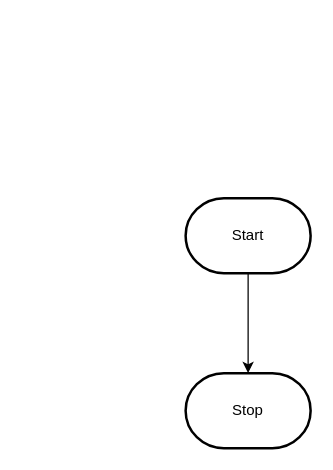
The draw.io diagram design/flowchart.drawio in MTHS-ICS2O-2-2022/ICS2O-Unit-3-01-austin-scavone, before the edit. Source tidied: cells renumbered, new cells numbered last; positions are measured from the earlier drawing's top-left corner, leaving out a move shared by most shapes. Both pictures are drawn from the tidied source at 125%, with x=0, y=0 at pixel (185, 198).
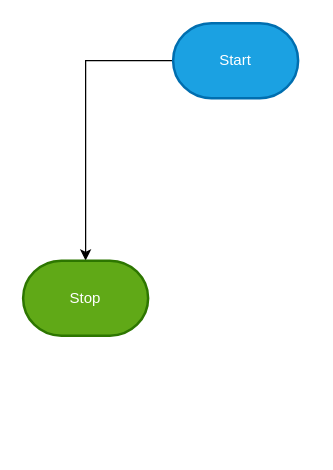
The same diagram, later.

What changed in the source:
```diff
@@
 <mxGraphModel>
   <root>
     <mxCell id="0" />
     <mxCell id="1" parent="0" />
     <mxCell id="2" style="edgeStyle=orthogonalEdgeStyle;html=1;rounded=0;" parent="1" edge="1" source="3" target="4">
-      <mxGeometry relative="1" as="geometry" />
+      <mxGeometry relative="1" as="geometry">
+        <Array as="points">
+          <mxPoint x="-80" y="-70" />
+          <mxPoint x="-80" y="-70" />
+        </Array>
+      </mxGeometry>
     </mxCell>
-    <mxCell id="3" value="Start" style="strokeWidth=2;html=1;shape=mxgraph.flowchart.terminator;whiteSpace=wrap;" parent="1" vertex="1">
-      <mxGeometry width="100" height="60" as="geometry" />
+    <mxCell id="3" value="Start" style="strokeWidth=2;html=1;shape=mxgraph.flowchart.terminator;whiteSpace=wrap;fillColor=#1ba1e2;fontColor=#ffffff;strokeColor=#006EAF;" parent="1" vertex="1">
+      <mxGeometry x="-10" y="-140" width="100" height="60" as="geometry" />
     </mxCell>
-    <mxCell id="4" value="Stop" style="strokeWidth=2;html=1;shape=mxgraph.flowchart.terminator;whiteSpace=wrap;" parent="1" vertex="1">
-      <mxGeometry y="140" width="100" height="60" as="geometry" />
+    <mxCell id="4" value="Stop" style="strokeWidth=2;html=1;shape=mxgraph.flowchart.terminator;whiteSpace=wrap;fillColor=#60a917;fontColor=#ffffff;strokeColor=#2D7600;" parent="1" vertex="1">
+      <mxGeometry x="-130" y="50" width="100" height="60" as="geometry" />
     </mxCell>
   </root>
 </mxGraphModel>
```
